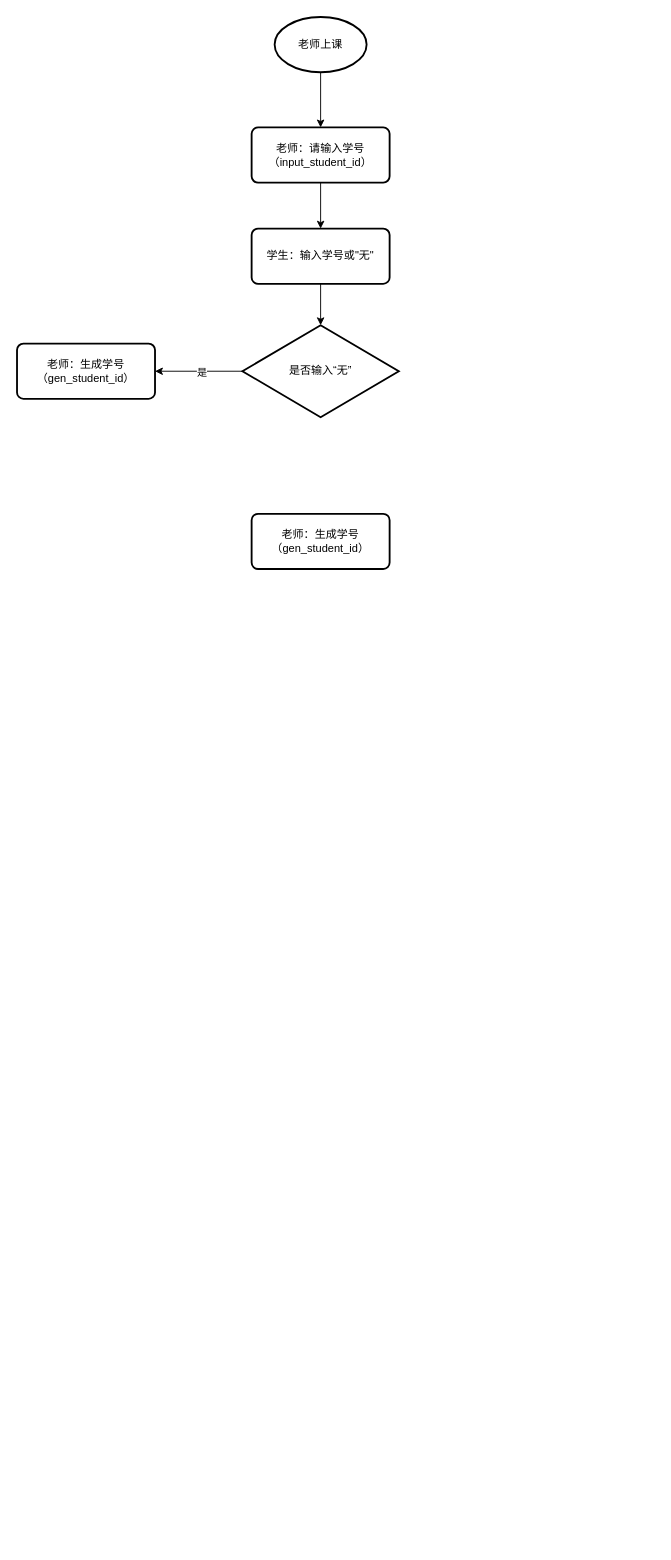
The draw.io diagram teacher_agent_v2.drawio in deanzz/blog, before the edit. Source tidied: cells renumbered, new cells numbered last; positions are measured from the earlier drawing's top-left corner, leaving out a move shared by most shapes. Both pictures are drawn from the tidied source at 92%, with x=0, y=0 at pixel (17, 17).
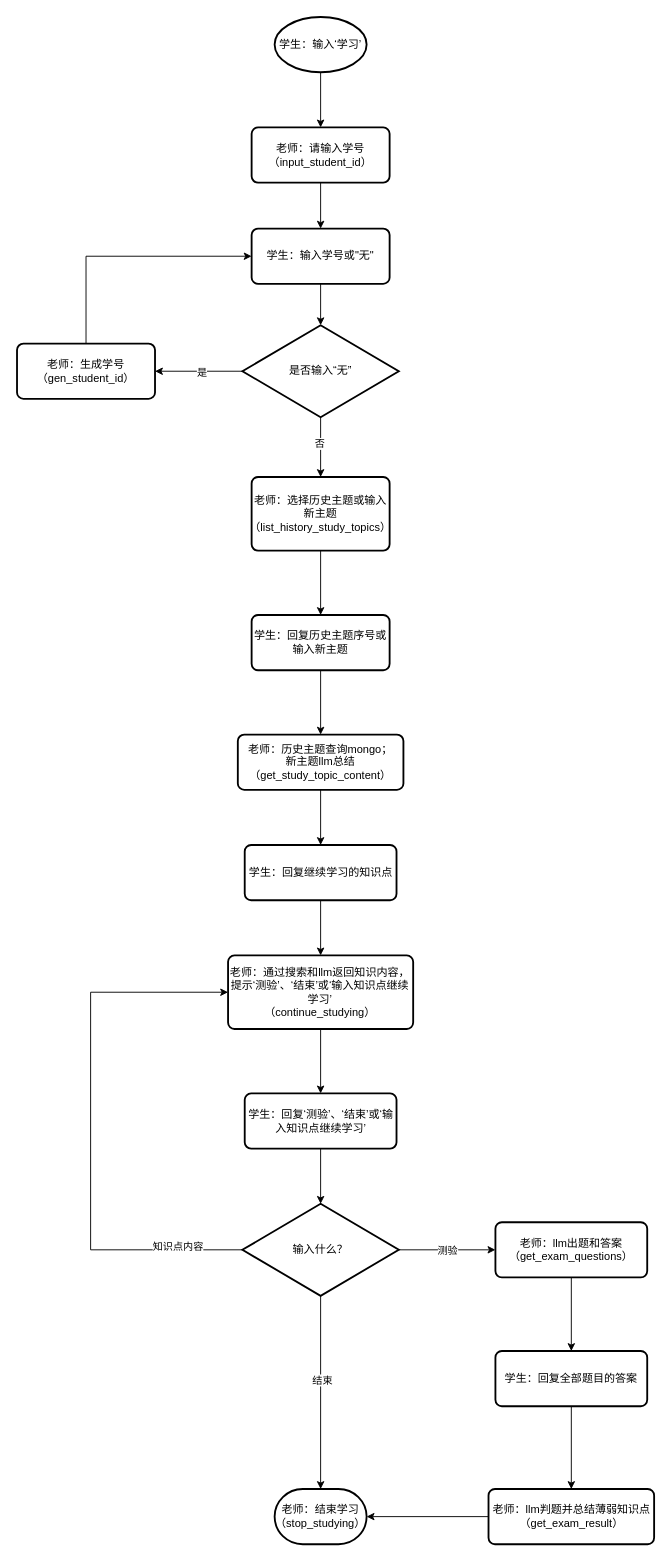
The same page after the edit.

Unchanged cells that the change refers to:
```xml
<mxCell id="7" value="学生：输入学号或&quot;无&quot;" style="rounded=1;whiteSpace=wrap;html=1;absoluteArcSize=1;arcSize=14;strokeWidth=2;" parent="1" vertex="1">
  <mxGeometry x="255" y="230" width="150" height="60" as="geometry" />
</mxCell>
<mxCell id="10" value="是否输入“无”" style="strokeWidth=2;html=1;shape=mxgraph.flowchart.decision;whiteSpace=wrap;" parent="1" vertex="1">
  <mxGeometry x="245" y="335" width="170" height="100" as="geometry" />
</mxCell>
<mxCell id="11" value="老师：生成学号&lt;div&gt;（gen_student_id）&lt;/div&gt;" style="rounded=1;whiteSpace=wrap;html=1;absoluteArcSize=1;arcSize=14;strokeWidth=2;" parent="1" vertex="1">
  <mxGeometry y="355" width="150" height="60" as="geometry" />
</mxCell>
```

What changed in the source:
```diff
@@
-    <mxCell id="3" value="老师上课" style="strokeWidth=2;html=1;shape=mxgraph.flowchart.start_1;whiteSpace=wrap;" parent="1" vertex="1">
+    <mxCell id="3" value="学生：输入‘学习’" style="strokeWidth=2;html=1;shape=mxgraph.flowchart.start_1;whiteSpace=wrap;" parent="1" vertex="1">
       <mxGeometry x="280" width="100" height="60" as="geometry" />
     </mxCell>
@@
+    <mxCell id="13" style="edgeStyle=orthogonalEdgeStyle;rounded=0;jettySize=auto;html=1;" parent="1" edge="1" source="10" target="12">
+      <mxGeometry relative="1" as="geometry" />
+    </mxCell>
+    <mxCell id="14" value="否" style="edgeLabel;html=1;align=center;verticalAlign=middle;" parent="13" vertex="1">
+      <mxGeometry x="-0.15" y="-2" relative="1" as="geometry" />
+    </mxCell>
@@
+    <mxCell id="15" style="edgeStyle=orthogonalEdgeStyle;rounded=0;jettySize=auto;html=1;exitX=0.5;exitY=0;exitDx=0;exitDy=0;entryX=0;entryY=0.5;entryDx=0;entryDy=0;" parent="1" edge="1" source="11" target="7">
+      <mxGeometry relative="1" as="geometry" />
+    </mxCell>
@@
+    <mxCell id="16" style="edgeStyle=orthogonalEdgeStyle;rounded=0;jettySize=auto;html=1;" parent="1" edge="1" source="12" target="22">
+      <mxGeometry relative="1" as="geometry" />
+    </mxCell>
-    <mxCell id="12" value="老师：生成学号&lt;div&gt;（gen_student_id）&lt;/div&gt;" style="rounded=1;whiteSpace=wrap;html=1;absoluteArcSize=1;arcSize=14;strokeWidth=2;" parent="1" vertex="1">
-      <mxGeometry x="255" y="540" width="150" height="60" as="geometry" />
+    <mxCell id="12" value="老师：选择历史主题或输入新主题&lt;div&gt;（list_history_study_topics）&lt;/div&gt;" style="rounded=1;whiteSpace=wrap;html=1;absoluteArcSize=1;arcSize=14;strokeWidth=2;" parent="1" vertex="1">
+      <mxGeometry x="255" y="500" width="150" height="80" as="geometry" />
     </mxCell>
+    <mxCell id="17" style="edgeStyle=orthogonalEdgeStyle;rounded=0;jettySize=auto;html=1;" parent="1" edge="1" source="18" target="24">
+      <mxGeometry relative="1" as="geometry" />
+    </mxCell>
+    <mxCell id="18" value="老师：历史主题查询mongo；&lt;div&gt;新主题llm总结&lt;br&gt;&lt;div&gt;（get_study_topic_content）&lt;/div&gt;&lt;/div&gt;" style="rounded=1;whiteSpace=wrap;html=1;absoluteArcSize=1;arcSize=14;strokeWidth=2;" parent="1" vertex="1">
+      <mxGeometry x="240" y="780" width="180" height="60" as="geometry" />
+    </mxCell>
+    <mxCell id="19" style="edgeStyle=orthogonalEdgeStyle;rounded=0;jettySize=auto;html=1;" parent="1" edge="1" source="20" target="33">
+      <mxGeometry relative="1" as="geometry" />
+    </mxCell>
+    <mxCell id="20" value="老师：通过搜索和llm返回知识内容，提示‘测验’、‘结束’或‘输入知识点继续学习’&lt;br&gt;&lt;div&gt;&lt;div&gt;&lt;div&gt;（continue_studying）&lt;/div&gt;&lt;/div&gt;&lt;/div&gt;" style="rounded=1;whiteSpace=wrap;html=1;absoluteArcSize=1;arcSize=14;strokeWidth=2;" parent="1" vertex="1">
+      <mxGeometry x="229.4" y="1020" width="201.2" height="80" as="geometry" />
+    </mxCell>
+    <mxCell id="21" style="edgeStyle=orthogonalEdgeStyle;rounded=0;jettySize=auto;html=1;entryX=0.5;entryY=0;entryDx=0;entryDy=0;" parent="1" edge="1" source="22" target="18">
+      <mxGeometry relative="1" as="geometry" />
+    </mxCell>
+    <mxCell id="22" value="学生：回复历史主题序号或输入新主题" style="rounded=1;whiteSpace=wrap;html=1;absoluteArcSize=1;arcSize=14;strokeWidth=2;" parent="1" vertex="1">
+      <mxGeometry x="255" y="650" width="150" height="60" as="geometry" />
+    </mxCell>
+    <mxCell id="23" style="edgeStyle=orthogonalEdgeStyle;rounded=0;jettySize=auto;html=1;" parent="1" edge="1" source="24" target="20">
+      <mxGeometry relative="1" as="geometry" />
+    </mxCell>
+    <mxCell id="24" value="学生：回复继续学习的知识点" style="rounded=1;whiteSpace=wrap;html=1;absoluteArcSize=1;arcSize=14;strokeWidth=2;" parent="1" vertex="1">
+      <mxGeometry x="247.5" y="900" width="165" height="60" as="geometry" />
+    </mxCell>
+    <mxCell id="25" style="edgeStyle=orthogonalEdgeStyle;rounded=0;jettySize=auto;html=1;entryX=0.5;entryY=0;entryDx=0;entryDy=0;entryPerimeter=0;" parent="1" edge="1" source="31" target="40">
+      <mxGeometry relative="1" as="geometry" />
+    </mxCell>
+    <mxCell id="26" value="结束" style="edgeLabel;html=1;align=center;verticalAlign=middle;" parent="25" vertex="1">
+      <mxGeometry x="-0.13" y="1" relative="1" as="geometry" />
+    </mxCell>
+    <mxCell id="27" style="edgeStyle=orthogonalEdgeStyle;rounded=0;jettySize=auto;html=1;exitX=0;exitY=0.5;exitDx=0;exitDy=0;exitPerimeter=0;entryX=0;entryY=0.5;entryDx=0;entryDy=0;" parent="1" edge="1" source="31" target="20">
+      <mxGeometry relative="1" as="geometry">
+        <Array as="points">
+          <mxPoint x="80" y="1340" />
+          <mxPoint x="80" y="1060" />
+        </Array>
+      </mxGeometry>
+    </mxCell>
+    <mxCell id="28" value="知识点内容" style="edgeLabel;html=1;align=center;verticalAlign=middle;" parent="27" vertex="1">
+      <mxGeometry x="-0.76" y="-4" relative="1" as="geometry" />
+    </mxCell>
+    <mxCell id="29" style="edgeStyle=orthogonalEdgeStyle;rounded=0;jettySize=auto;html=1;" parent="1" edge="1" source="31" target="35">
+      <mxGeometry relative="1" as="geometry" />
+    </mxCell>
+    <mxCell id="30" value="测验" style="edgeLabel;html=1;align=center;verticalAlign=middle;" parent="29" vertex="1">
+      <mxGeometry x="-0.01" relative="1" as="geometry" />
+    </mxCell>
+    <mxCell id="31" value="输入什么？" style="strokeWidth=2;html=1;shape=mxgraph.flowchart.decision;whiteSpace=wrap;" parent="1" vertex="1">
+      <mxGeometry x="245" y="1290" width="170" height="100" as="geometry" />
+    </mxCell>
+    <mxCell id="32" style="edgeStyle=orthogonalEdgeStyle;rounded=0;jettySize=auto;html=1;" parent="1" edge="1" source="33" target="31">
+      <mxGeometry relative="1" as="geometry" />
+    </mxCell>
+    <mxCell id="33" value="学生：回复‘测验’、‘结束’或‘输入知识点继续学习’" style="rounded=1;whiteSpace=wrap;html=1;absoluteArcSize=1;arcSize=14;strokeWidth=2;" parent="1" vertex="1">
+      <mxGeometry x="247.5" y="1170" width="165" height="60" as="geometry" />
+    </mxCell>
+    <mxCell id="34" style="edgeStyle=orthogonalEdgeStyle;rounded=0;jettySize=auto;html=1;" parent="1" edge="1" source="35" target="37">
+      <mxGeometry relative="1" as="geometry" />
+    </mxCell>
+    <mxCell id="35" value="老师：llm出题和答案&lt;div&gt;（get_exam_questions）&lt;/div&gt;" style="rounded=1;whiteSpace=wrap;html=1;absoluteArcSize=1;arcSize=14;strokeWidth=2;" parent="1" vertex="1">
+      <mxGeometry x="520" y="1310" width="165" height="60" as="geometry" />
+    </mxCell>
+    <mxCell id="36" style="edgeStyle=orthogonalEdgeStyle;rounded=0;jettySize=auto;html=1;" parent="1" edge="1" source="37" target="39">
+      <mxGeometry relative="1" as="geometry" />
+    </mxCell>
+    <mxCell id="37" value="学生：回复全部题目的答案" style="rounded=1;whiteSpace=wrap;html=1;absoluteArcSize=1;arcSize=14;strokeWidth=2;" parent="1" vertex="1">
+      <mxGeometry x="520" y="1450" width="165" height="60" as="geometry" />
+    </mxCell>
+    <mxCell id="38" style="edgeStyle=orthogonalEdgeStyle;rounded=0;jettySize=auto;html=1;entryX=1;entryY=0.5;entryDx=0;entryDy=0;entryPerimeter=0;" parent="1" edge="1" source="39" target="40">
+      <mxGeometry relative="1" as="geometry" />
+    </mxCell>
+    <mxCell id="39" value="老师：llm判题并总结薄弱知识点&lt;div&gt;（get_exam_result）&lt;/div&gt;" style="rounded=1;whiteSpace=wrap;html=1;absoluteArcSize=1;arcSize=14;strokeWidth=2;" parent="1" vertex="1">
+      <mxGeometry x="512.5" y="1600" width="180" height="60" as="geometry" />
+    </mxCell>
+    <mxCell id="40" value="老师：结束学习&lt;div&gt;（stop_studying）&lt;/div&gt;" style="strokeWidth=2;html=1;shape=mxgraph.flowchart.terminator;whiteSpace=wrap;" parent="1" vertex="1">
+      <mxGeometry x="280" y="1600" width="100" height="60" as="geometry" />
+    </mxCell>
```
